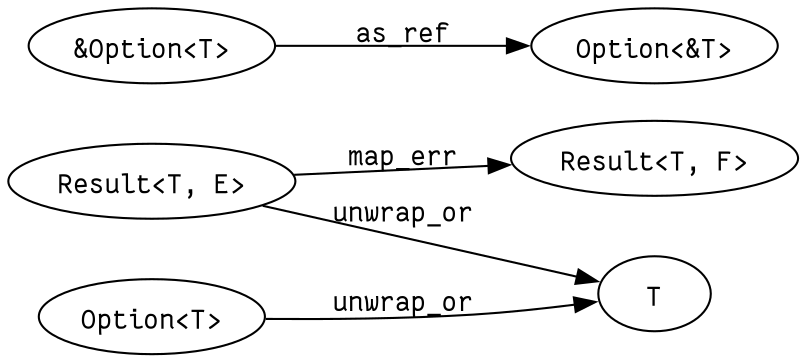
The Graphviz diagram error-handling/error-handling.png in patrickbucher/learning-rust, before a commit. Its source is kept beside it as error-handling/error-handling.dot. Source of this version:
```dot
digraph ErrorHandling {
    rankdir=LR;
    graph [dpi=150];
	node [fontname="Fantasque Sans Mono"];
    edge [fontname="Fantasque Sans Mono", padding=32];

    result_te [label="Result<T, E>"];
    result_tf [label="Result<T, F>"];
    ref_to_option [label="&Option<T>"];
    option_to_ref [label="Option<&T>"];
    option_t [label="Option<T>"];
    t [label="T"];

    result_te -> result_tf [label="map_err"];
    ref_to_option -> option_to_ref [label="as_ref"]
    option_t -> t [label="unwrap_or"];
    result_te -> t [label="unwrap_or"];
}
```
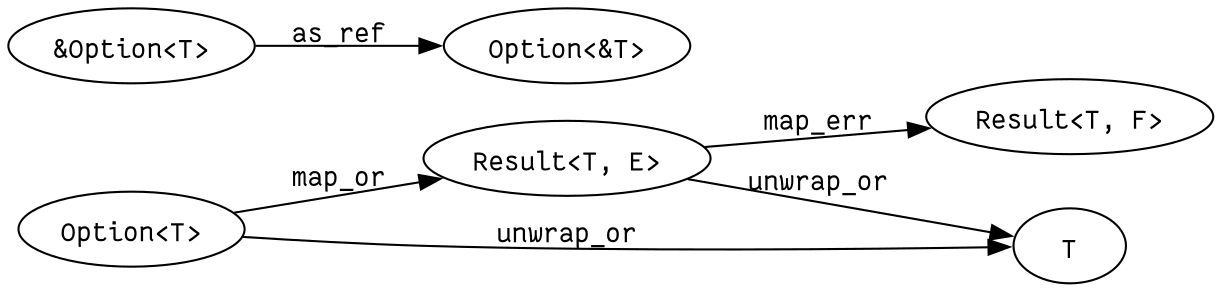
After the commit.

Commit message:
documented Option.ok_or()

What changed in the source:
```diff
@@ -15,4 +15,5 @@
     ref_to_option -> option_to_ref [label="as_ref"]
     option_t -> t [label="unwrap_or"];
     result_te -> t [label="unwrap_or"];
+    option_t -> result_te [label="map_or"];
 }
```
